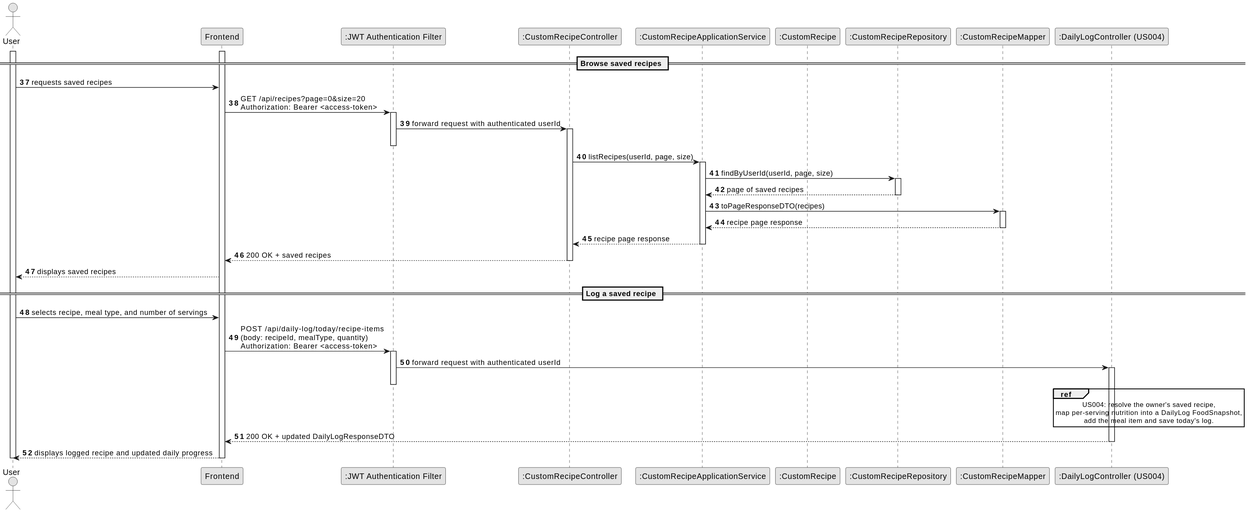
This is backend/docs/US006/US006_SD_3.svg from Pedro-P21/FitMaxxer, a PlantUML export, as it was before one commit.
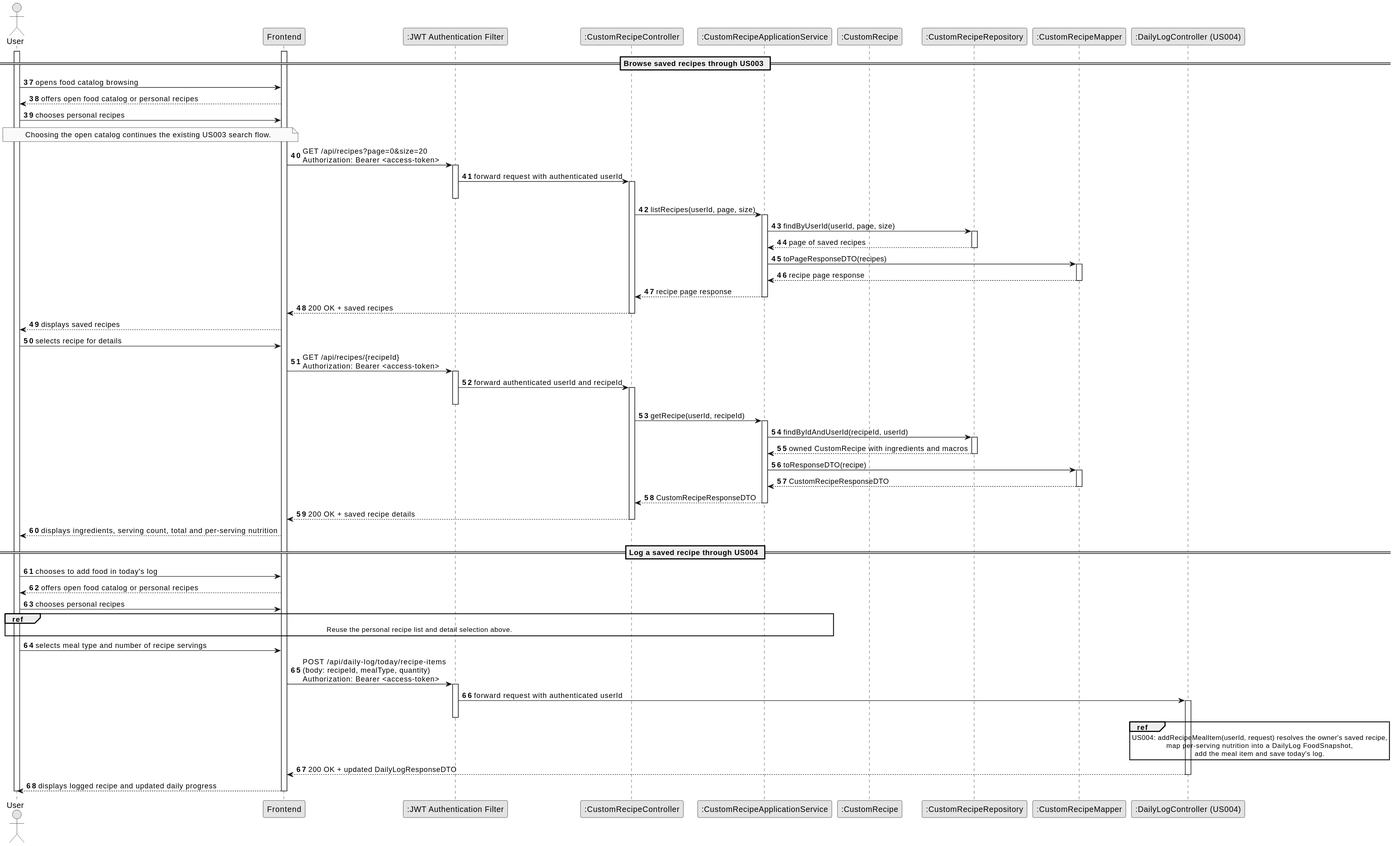
The same diagram one commit later.

What changed in the source:
```diff
@@ -17,8 +17,13 @@
 activate Actor
 activate UI
 
-== Browse saved recipes ==
-Actor -> UI : requests saved recipes
+== Browse saved recipes through US003 ==
+Actor -> UI : opens food catalog browsing
+UI --> Actor : offers open food catalog or personal recipes
+Actor -> UI : chooses personal recipes
+note over Actor, UI
+    Choosing the open catalog continues the existing US003 search flow.
+end note
 UI -> Auth : GET /api/recipes?page=0&size=20\nAuthorization: Bearer <access-token>
 activate Auth
 Auth -> Ctrl : forward request with authenticated userId
@@ -40,15 +45,43 @@
 deactivate Ctrl
 UI --> Actor : displays saved recipes
 
-== Log a saved recipe ==
-Actor -> UI : selects recipe, meal type, and number of servings
+Actor -> UI : selects recipe for details
+UI -> Auth : GET /api/recipes/{recipeId}\nAuthorization: Bearer <access-token>
+activate Auth
+Auth -> Ctrl : forward authenticated userId and recipeId
+activate Ctrl
+deactivate Auth
+Ctrl -> Service : getRecipe(userId, recipeId)
+activate Service
+Service -> Repo : findByIdAndUserId(recipeId, userId)
+activate Repo
+Repo --> Service : owned CustomRecipe with ingredients and macros
+deactivate Repo
+Service -> Mapper : toResponseDTO(recipe)
+activate Mapper
+Mapper --> Service : CustomRecipeResponseDTO
+deactivate Mapper
+Service --> Ctrl : CustomRecipeResponseDTO
+deactivate Service
+Ctrl --> UI : 200 OK + saved recipe details
+deactivate Ctrl
+UI --> Actor : displays ingredients, serving count, total and per-serving nutrition
+
+== Log a saved recipe through US004 ==
+Actor -> UI : chooses to add food in today's log
+UI --> Actor : offers open food catalog or personal recipes
+Actor -> UI : chooses personal recipes
+ref over Actor, Service
+    Reuse the personal recipe list and detail selection above.
+end ref
+Actor -> UI : selects meal type and number of recipe servings
 UI -> Auth : POST /api/daily-log/today/recipe-items\n(body: recipeId, mealType, quantity)\nAuthorization: Bearer <access-token>
 activate Auth
 Auth -> LogCtrl : forward request with authenticated userId
 activate LogCtrl
 deactivate Auth
 ref over LogCtrl, LogCtrl
-    US004: resolve the owner's saved recipe,
+    US004: addRecipeMealItem(userId, request) resolves the owner's saved recipe,
     map per-serving nutrition into a DailyLog FoodSnapshot,
     add the meal item and save today's log.
 end ref
```
